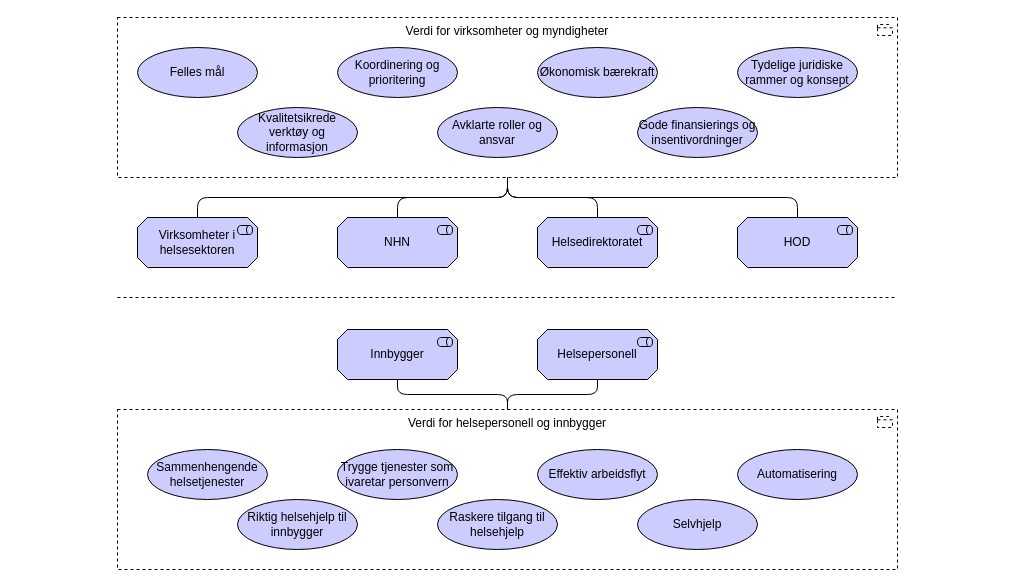
This is page "stakeholder-value" (1 of 6) of docs/interessent/motivasjon-interessent.drawio from hdir/Digital-Forstelinje, a draw.io file, before an edit. Source tidied: cells renumbered, new cells numbered last; positions are measured from the earlier drawing's top-left corner, leaving out a move shared by most shapes. Both pictures are drawn from the tidied source at 100%, with x=0, y=0 at pixel (117, 17).
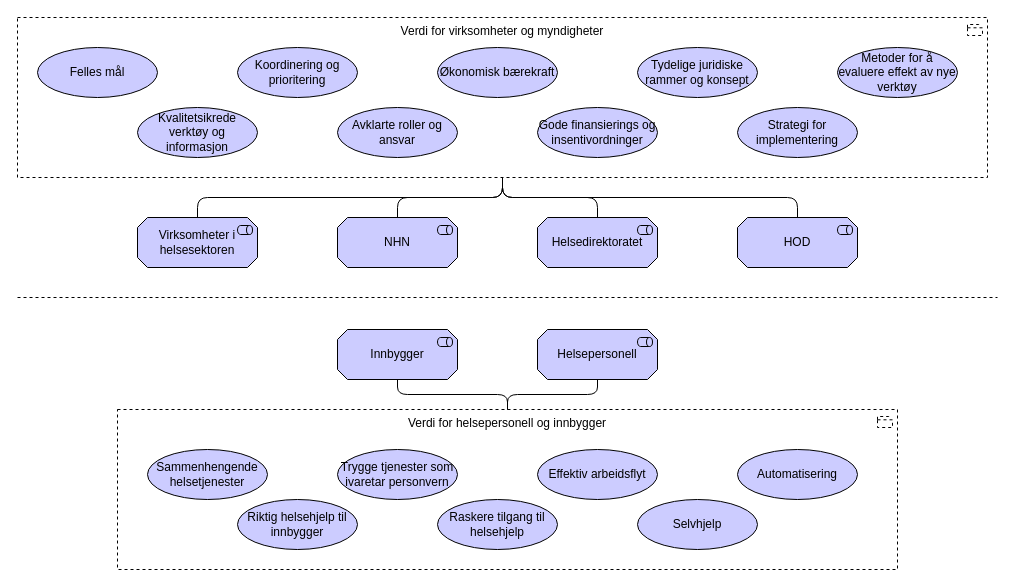
After the change.

What changed in the source:
```diff
@@
+    <mxCell id="20" value="Verdi for virksomheter og myndigheter" style="html=1;outlineConnect=0;whiteSpace=wrap;shape=mxgraph.archimate3.application;appType=grouping;archiType=square;dashed=1;fillColor=none;verticalAlign=top;" parent="1" vertex="1">
+      <mxGeometry x="-100" width="970" height="160" as="geometry" />
+    </mxCell>
@@
     <mxCell id="13" value="Økonomisk bærekraft" style="shape=ellipse;html=1;whiteSpace=wrap;fillColor=#CCCCFF;" parent="1" vertex="1">
-      <mxGeometry x="420" y="30" width="120" height="50" as="geometry" />
+      <mxGeometry x="320" y="30" width="120" height="50" as="geometry" />
     </mxCell>
     <mxCell id="14" value="Tydelige juridiske rammer og konsept" style="shape=ellipse;html=1;whiteSpace=wrap;fillColor=#CCCCFF;" parent="1" vertex="1">
-      <mxGeometry x="620" y="30" width="120" height="50" as="geometry" />
+      <mxGeometry x="520" y="30" width="120" height="50" as="geometry" />
     </mxCell>
     <mxCell id="15" value="Felles mål" style="shape=ellipse;html=1;whiteSpace=wrap;fillColor=#CCCCFF;" parent="1" vertex="1">
-      <mxGeometry x="20" y="30" width="120" height="50" as="geometry" />
+      <mxGeometry x="-80" y="30" width="120" height="50" as="geometry" />
     </mxCell>
     <mxCell id="16" value="Koordinering og prioritering" style="shape=ellipse;html=1;whiteSpace=wrap;fillColor=#CCCCFF;" parent="1" vertex="1">
-      <mxGeometry x="220" y="30" width="120" height="50" as="geometry" />
+      <mxGeometry x="120" y="30" width="120" height="50" as="geometry" />
     </mxCell>
     <mxCell id="17" value="Gode finansierings og insentivordninger" style="shape=ellipse;html=1;whiteSpace=wrap;fillColor=#CCCCFF;" parent="1" vertex="1">
-      <mxGeometry x="520" y="90" width="120" height="50" as="geometry" />
+      <mxGeometry x="420" y="90" width="120" height="50" as="geometry" />
     </mxCell>
     <mxCell id="18" value="Avklarte roller og ansvar" style="shape=ellipse;html=1;whiteSpace=wrap;fillColor=#CCCCFF;" parent="1" vertex="1">
-      <mxGeometry x="320" y="90" width="120" height="50" as="geometry" />
+      <mxGeometry x="220" y="90" width="120" height="50" as="geometry" />
     </mxCell>
     <mxCell id="19" value="Kvalitetsikrede verktøy og informasjon" style="shape=ellipse;html=1;whiteSpace=wrap;fillColor=#CCCCFF;" parent="1" vertex="1">
-      <mxGeometry x="120" y="90" width="120" height="50" as="geometry" />
+      <mxGeometry x="20" y="90" width="120" height="50" as="geometry" />
     </mxCell>
-    <mxCell id="20" value="Verdi for virksomheter og myndigheter" style="html=1;outlineConnect=0;whiteSpace=wrap;shape=mxgraph.archimate3.application;appType=grouping;archiType=square;dashed=1;fillColor=none;verticalAlign=top;" parent="1" vertex="1">
-      <mxGeometry width="780" height="160" as="geometry" />
-    </mxCell>
@@
     <mxCell id="29" style="endArrow=none;dashed=1;html=1;" parent="1" edge="1">
       <mxGeometry relative="1" as="geometry">
-        <mxPoint y="280" as="sourcePoint" />
-        <mxPoint x="780" y="280" as="targetPoint" />
+        <mxPoint x="-100" y="280" as="sourcePoint" />
+        <mxPoint x="880" y="280" as="targetPoint" />
       </mxGeometry>
     </mxCell>
@@
+    <mxCell id="31" value="Strategi for implementering" style="shape=ellipse;html=1;whiteSpace=wrap;fillColor=#CCCCFF;" parent="1" vertex="1">
+      <mxGeometry x="620" y="90" width="120" height="50" as="geometry" />
+    </mxCell>
+    <mxCell id="32" value="Metoder for å evaluere effekt av nye verktøy" style="shape=ellipse;html=1;whiteSpace=wrap;fillColor=#CCCCFF;" parent="1" vertex="1">
+      <mxGeometry x="720" y="30" width="120" height="50" as="geometry" />
+    </mxCell>
```
